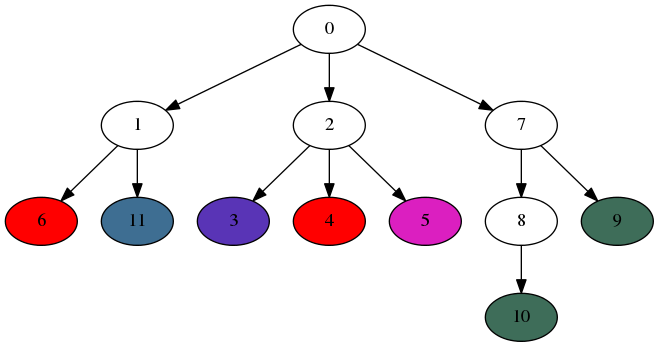
Above: start.png in MenshovSergey/Fitch (Graphviz), before the change. Its source is kept beside it as start.dot.
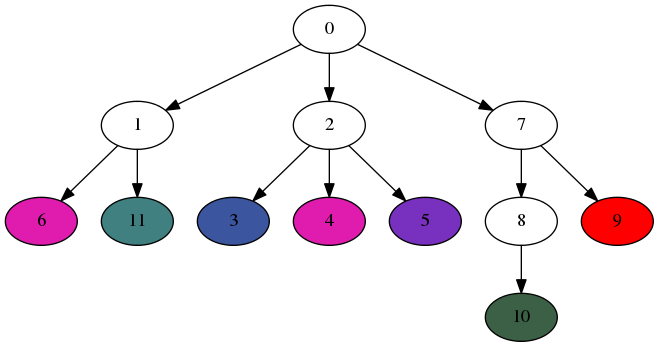
After the change.

Diff of the diagram source:
```diff
@@ -1,20 +1,20 @@
 digraph start{
 0->1;
 1->6;
-6 [style=filled,fillcolor="1.0 1.0 1.0"]
+6 [style=filled,fillcolor="0.875 0.875 0.875"]
 1->11;
-11 [style=filled,fillcolor="0.5714285714285714 0.5714285714285714 0.5714285714285714"]
+11 [style=filled,fillcolor="0.5 0.5 0.5"]
 0->2;
 2->3;
-3 [style=filled,fillcolor="0.7142857142857143 0.7142857142857143 0.7142857142857143"]
+3 [style=filled,fillcolor="0.625 0.625 0.625"]
 2->4;
-4 [style=filled,fillcolor="1.0 1.0 1.0"]
+4 [style=filled,fillcolor="0.875 0.875 0.875"]
 2->5;
-5 [style=filled,fillcolor="0.8571428571428571 0.8571428571428571 0.8571428571428571"]
+5 [style=filled,fillcolor="0.75 0.75 0.75"]
 0->7;
 7->8;
 8->10;
-10 [style=filled,fillcolor="0.42857142857142855 0.42857142857142855 0.42857142857142855"]
+10 [style=filled,fillcolor="0.375 0.375 0.375"]
 7->9;
-9 [style=filled,fillcolor="0.42857142857142855 0.42857142857142855 0.42857142857142855"]
+9 [style=filled,fillcolor="1.0 1.0 1.0"]
 }
```
